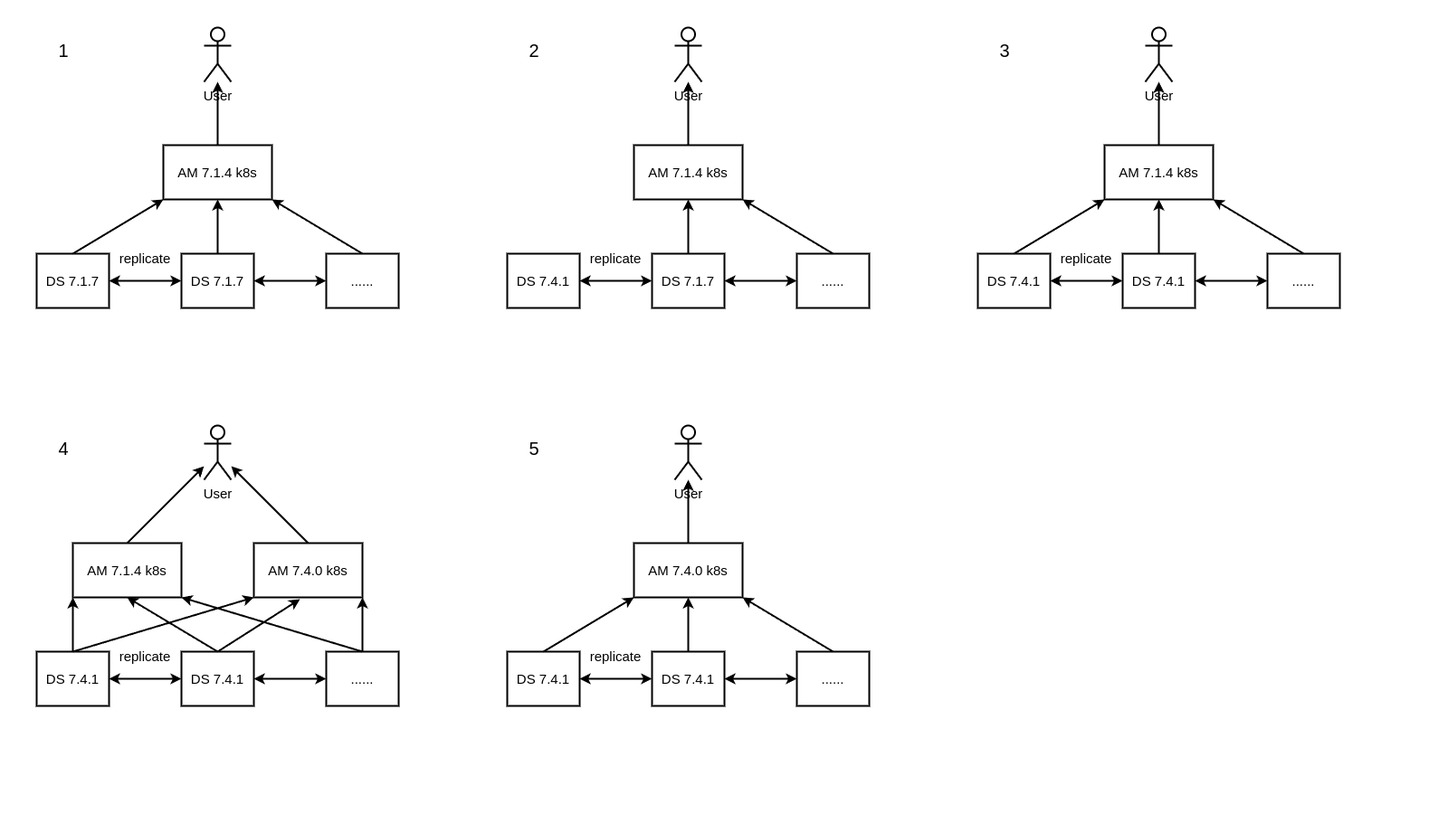
The draw.io diagram upgrade_diagram.png in aaronwang0509/K8s_am, before a commit. Source tidied: cells renumbered, new cells last; positions are measured from the earlier drawing's top-left corner, leaving out a move shared by most shapes.
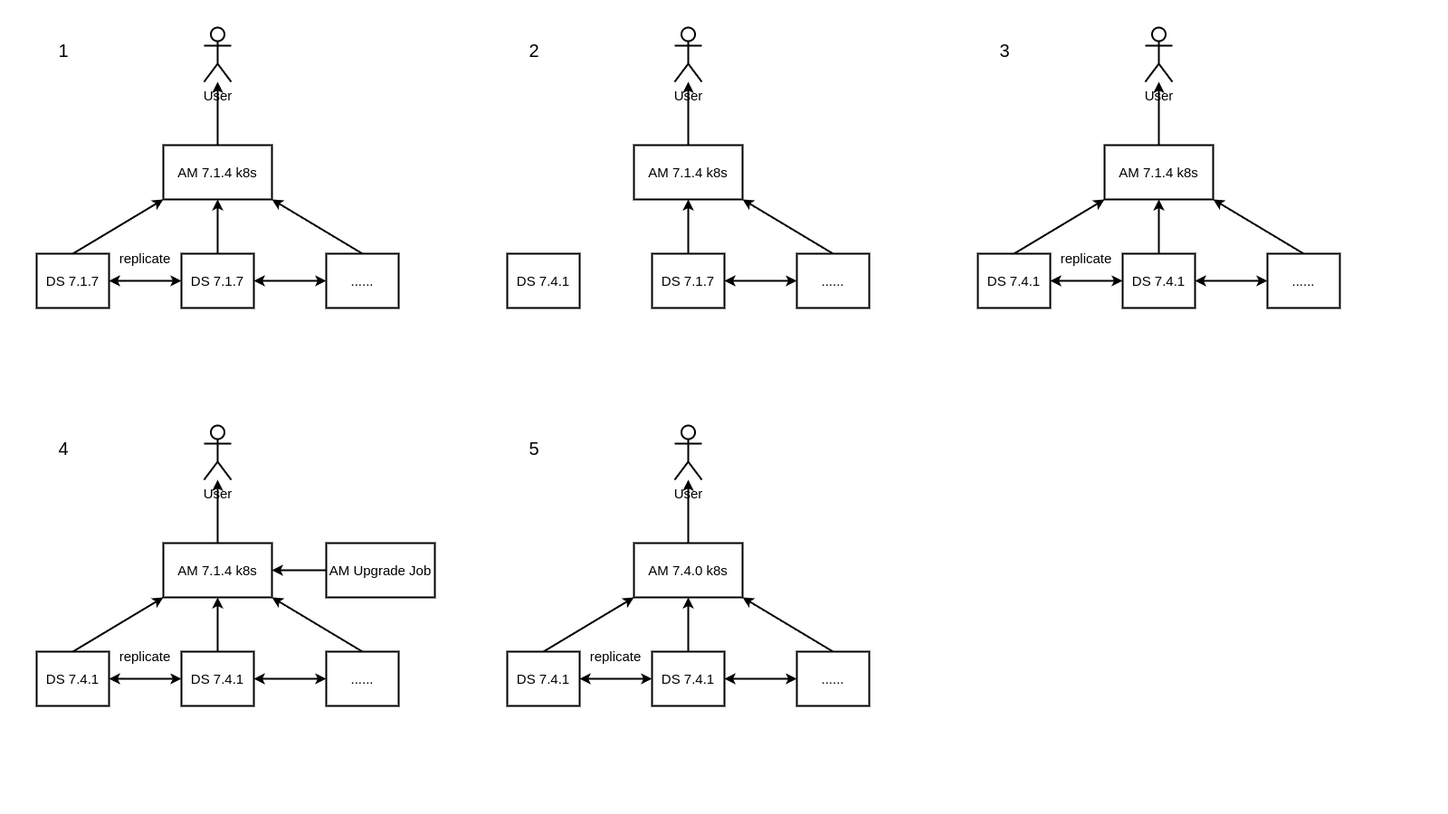
After the change.

Change to the diagram source:
```diff
@@ -62,12 +62,6 @@
     <mxCell id="21" value="User" style="shape=umlActor;verticalLabelPosition=bottom;verticalAlign=top;html=1;outlineConnect=0;fontSize=15;strokeWidth=2;" parent="16" vertex="1">
       <mxGeometry x="185" width="30" height="60" as="geometry" />
     </mxCell>
-    <mxCell id="22" style="endArrow=classic;startArrow=classic;html=1;rounded=0;exitX=1;exitY=0.5;exitDx=0;exitDy=0;entryX=0;entryY=0.5;entryDx=0;entryDy=0;strokeWidth=2;" parent="16" edge="1" source="18" target="19">
-      <mxGeometry relative="1" as="geometry" />
-    </mxCell>
-    <mxCell id="23" value="replicate" style="text;html=1;align=center;verticalAlign=middle;whiteSpace=wrap;rounded=0;fontSize=15;" parent="16" vertex="1">
-      <mxGeometry x="90" y="240" width="60" height="30" as="geometry" />
-    </mxCell>
     <mxCell id="24" style="endArrow=classic;startArrow=classic;html=1;rounded=0;exitX=1;exitY=0.5;exitDx=0;exitDy=0;entryX=0;entryY=0.5;entryDx=0;entryDy=0;strokeWidth=2;" parent="16" edge="1" source="19" target="20">
       <mxGeometry relative="1" as="geometry" />
     </mxCell>
@@ -171,7 +165,7 @@
       <mxGeometry y="440" width="400" height="310" as="geometry" />
     </mxCell>
     <mxCell id="58" value="AM 7.1.4 k8s" style="rounded=0;whiteSpace=wrap;html=1;fontSize=15;strokeWidth=2;" parent="57" vertex="1">
-      <mxGeometry x="40" y="130" width="120" height="60" as="geometry" />
+      <mxGeometry x="140" y="130" width="120" height="60" as="geometry" />
     </mxCell>
     <mxCell id="59" value="DS 7.4.1" style="rounded=0;whiteSpace=wrap;html=1;strokeWidth=2;fontSize=15;" parent="57" vertex="1">
       <mxGeometry y="250" width="80" height="60" as="geometry" />
@@ -188,9 +182,9 @@
     <mxCell id="63" style="endArrow=classic;startArrow=classic;html=1;rounded=0;exitX=1;exitY=0.5;exitDx=0;exitDy=0;entryX=0;entryY=0.5;entryDx=0;entryDy=0;strokeWidth=2;" parent="57" edge="1" source="59" target="60">
       <mxGeometry relative="1" as="geometry" />
     </mxCell>
-    <mxCell id="64" value="replicate" style="text;html=1;align=center;verticalAlign=middle;whiteSpace=wrap;rounded=0;fontSize=15;" parent="57" vertex="1">
-      <mxGeometry x="90" y="240" width="60" height="30" as="geometry" />
-    </mxCell>
+    <mxCell id="76" value="replicate" style="text;html=1;align=center;verticalAlign=middle;whiteSpace=wrap;rounded=0;fontSize=15;" parent="57" vertex="1">
+      <mxGeometry x="90" y="240" width="60" height="30" as="geometry" />
+    </mxCell>
     <mxCell id="65" style="endArrow=classic;startArrow=classic;html=1;rounded=0;exitX=1;exitY=0.5;exitDx=0;exitDy=0;entryX=0;entryY=0.5;entryDx=0;entryDy=0;strokeWidth=2;" parent="57" edge="1" source="60" target="61">
       <mxGeometry relative="1" as="geometry" />
     </mxCell>
@@ -206,27 +200,14 @@
     <mxCell id="69" style="endArrow=classic;html=1;rounded=0;exitX=0.5;exitY=0;exitDx=0;exitDy=0;strokeWidth=2;" parent="57" edge="1" source="58" target="62">
       <mxGeometry relative="1" as="geometry" />
     </mxCell>
-    <mxCell id="70" value="AM 7.4.0 k8s" style="rounded=0;whiteSpace=wrap;html=1;fontSize=15;strokeWidth=2;" parent="57" vertex="1">
-      <mxGeometry x="240" y="130" width="120" height="60" as="geometry" />
-    </mxCell>
-    <mxCell id="71" style="endArrow=classic;html=1;rounded=0;exitX=0.5;exitY=0;exitDx=0;exitDy=0;entryX=0;entryY=1;entryDx=0;entryDy=0;strokeWidth=2;" parent="57" edge="1" source="59" target="70">
-      <mxGeometry relative="1" as="geometry" />
-    </mxCell>
-    <mxCell id="72" style="endArrow=classic;html=1;rounded=0;entryX=0.425;entryY=1.033;entryDx=0;entryDy=0;strokeWidth=2;entryPerimeter=0;" parent="57" edge="1" target="70">
-      <mxGeometry relative="1" as="geometry">
-        <mxPoint x="200" y="250" as="sourcePoint" />
-      </mxGeometry>
-    </mxCell>
-    <mxCell id="73" style="endArrow=classic;html=1;rounded=0;entryX=1;entryY=1;entryDx=0;entryDy=0;strokeWidth=2;" parent="57" edge="1" target="70">
-      <mxGeometry relative="1" as="geometry">
-        <mxPoint x="360" y="250" as="sourcePoint" />
-      </mxGeometry>
-    </mxCell>
-    <mxCell id="74" style="endArrow=classic;html=1;rounded=0;exitX=0.5;exitY=0;exitDx=0;exitDy=0;strokeWidth=2;" parent="57" edge="1" source="70" target="62">
-      <mxGeometry relative="1" as="geometry" />
-    </mxCell>
     <mxCell id="75" value="4" style="text;html=1;align=center;verticalAlign=middle;whiteSpace=wrap;rounded=0;fontSize=20;" parent="57" vertex="1">
       <mxGeometry y="10" width="60" height="30" as="geometry" />
     </mxCell>
+    <mxCell id="77" value="AM Upgrade Job" style="rounded=0;whiteSpace=wrap;html=1;strokeWidth=2;fontSize=15;" parent="1" vertex="1">
+      <mxGeometry x="320" y="570" width="120" height="60" as="geometry" />
+    </mxCell>
+    <mxCell id="78" style="endArrow=classic;html=1;rounded=0;exitX=0;exitY=0.5;exitDx=0;exitDy=0;entryX=1;entryY=0.5;entryDx=0;entryDy=0;strokeWidth=2;" parent="1" edge="1" source="77" target="58">
+      <mxGeometry relative="1" as="geometry" />
+    </mxCell>
   </root>
 </mxGraphModel>
```
